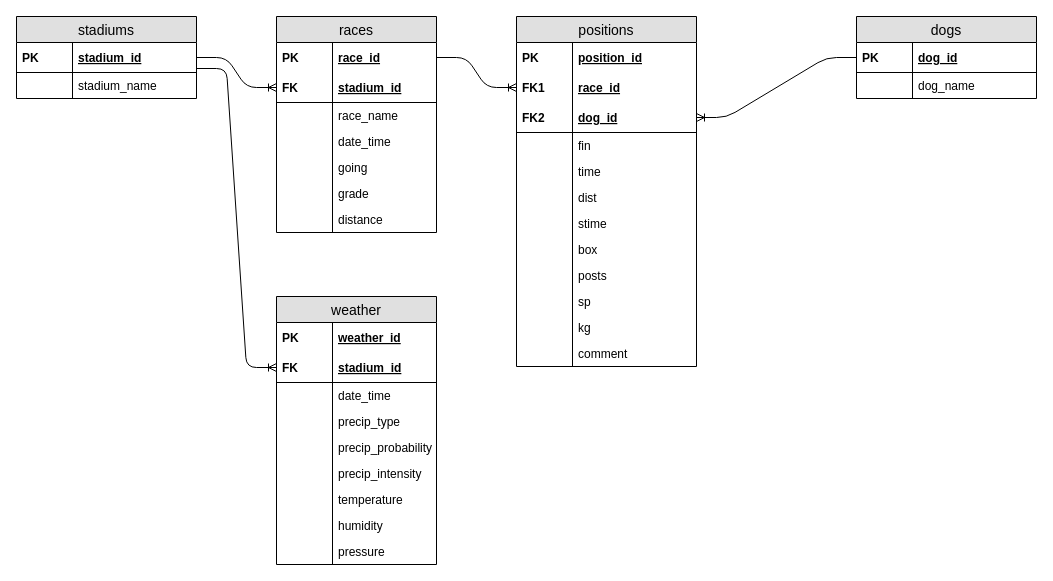
The draw.io diagram database/greyound.drawio in tonyjward/dogs, before the edit. Source tidied: cells renumbered, new cells numbered last; positions are measured from the earlier drawing's top-left corner, leaving out a move shared by most shapes. Both pictures are drawn from the tidied source at 100%, with x=0, y=0 at pixel (16, 16).
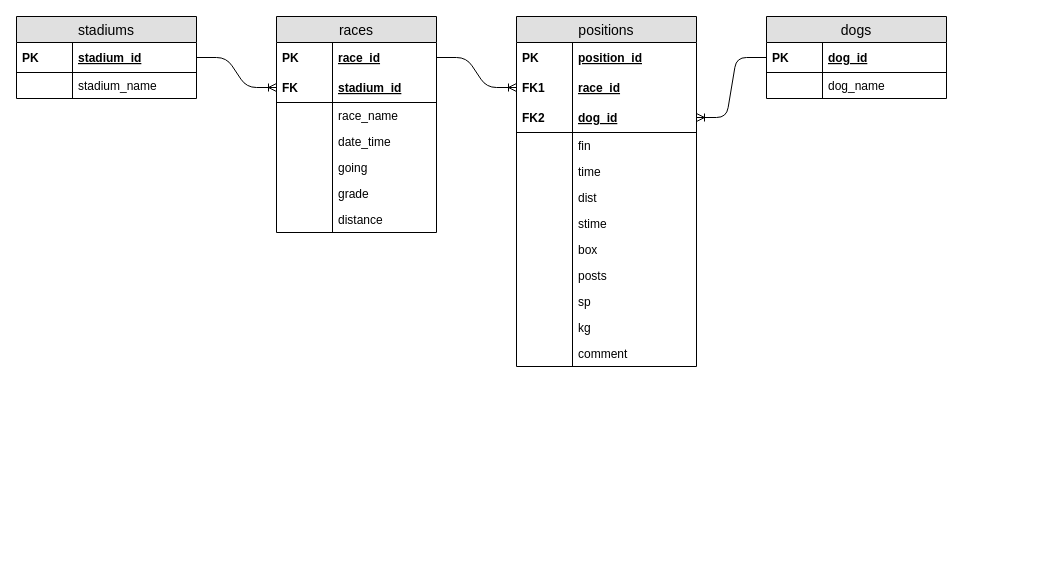
Above is the later version.

Change to the diagram source:
```diff
@@
-    <mxCell id="7" value="dogs" style="swimlane;fontStyle=0;horizontal=1;startSize=26;fillColor=#e0e0e0;swimlaneFillColor=#ffffff;align=center;fontSize=14;" parent="1" vertex="1">
-      <mxGeometry x="840" width="180" height="82" as="geometry" />
-    </mxCell>
-    <mxCell id="8" value="dog_id" style="shape=partialRectangle;top=0;left=0;right=0;bottom=1;align=left;verticalAlign=middle;fillColor=none;spacingLeft=60;spacingRight=4;overflow=hidden;points=[[0,0.5],[1,0.5]];portConstraint=eastwest;fontStyle=5;fontSize=12;" parent="7" vertex="1">
-      <mxGeometry y="26" width="180" height="30" as="geometry" />
-    </mxCell>
-    <mxCell id="9" value="PK" style="shape=partialRectangle;fontStyle=1;top=0;left=0;bottom=0;fillColor=none;align=left;verticalAlign=middle;spacingLeft=4;spacingRight=4;overflow=hidden;fontSize=12;" parent="8" vertex="1">
-      <mxGeometry width="56" height="30" as="geometry" />
-    </mxCell>
-    <mxCell id="10" value="dog_name" style="shape=partialRectangle;top=0;left=0;right=0;bottom=0;align=left;verticalAlign=top;fillColor=none;spacingLeft=60;spacingRight=4;overflow=hidden;fontSize=12;" parent="7" vertex="1">
-      <mxGeometry y="56" width="180" height="26" as="geometry" />
-    </mxCell>
-    <mxCell id="11" style="shape=partialRectangle;top=0;left=0;bottom=0;fillColor=none;align=left;verticalAlign=top;spacingLeft=4;spacingRight=4;overflow=hidden;fontSize=12;" parent="10" vertex="1">
-      <mxGeometry width="56" height="26" as="geometry" />
-    </mxCell>
@@
-    <mxCell id="57" style="edgeStyle=entityRelationEdgeStyle;fontSize=12;html=1;endArrow=ERoneToMany;exitX=1;exitY=0.5;exitDx=0;exitDy=0;entryX=0;entryY=0.5;entryDx=0;entryDy=0;" parent="1" edge="1" target="61">
-      <mxGeometry relative="1" as="geometry">
-        <mxPoint x="180" y="52" as="sourcePoint" />
-      </mxGeometry>
-    </mxCell>
-    <mxCell id="58" value="weather" style="swimlane;fontStyle=0;horizontal=1;startSize=26;fillColor=#e0e0e0;swimlaneFillColor=#ffffff;align=center;fontSize=14;" parent="1" vertex="1">
-      <mxGeometry x="260" y="280" width="160" height="268" as="geometry" />
-    </mxCell>
-    <mxCell id="59" value="weather_id" style="shape=partialRectangle;top=0;left=0;right=0;bottom=0;align=left;verticalAlign=middle;fillColor=none;spacingLeft=60;spacingRight=4;overflow=hidden;fontStyle=5;fontSize=12;" parent="58" vertex="1">
-      <mxGeometry y="26" width="160" height="30" as="geometry" />
-    </mxCell>
-    <mxCell id="60" value="PK" style="shape=partialRectangle;fontStyle=1;top=0;left=0;bottom=0;fillColor=none;align=left;verticalAlign=middle;spacingLeft=4;spacingRight=4;overflow=hidden;fontSize=12;" parent="59" vertex="1">
-      <mxGeometry width="56" height="30" as="geometry" />
-    </mxCell>
-    <mxCell id="61" value="stadium_id" style="shape=partialRectangle;top=0;left=0;right=0;bottom=1;align=left;verticalAlign=middle;fillColor=none;spacingLeft=60;spacingRight=4;overflow=hidden;points=[[0,0.5],[1,0.5]];portConstraint=eastwest;fontStyle=5;fontSize=12;" parent="58" vertex="1">
-      <mxGeometry y="56" width="160" height="30" as="geometry" />
-    </mxCell>
-    <mxCell id="62" value="FK" style="shape=partialRectangle;fontStyle=1;top=0;left=0;bottom=0;fillColor=none;align=left;verticalAlign=middle;spacingLeft=4;spacingRight=4;overflow=hidden;fontSize=12;" parent="61" vertex="1">
-      <mxGeometry width="56" height="30" as="geometry" />
-    </mxCell>
-    <mxCell id="63" value="date_time&#10;" style="shape=partialRectangle;top=0;left=0;right=0;bottom=0;align=left;verticalAlign=top;fillColor=none;spacingLeft=60;spacingRight=4;overflow=hidden;fontSize=12;" parent="58" vertex="1">
-      <mxGeometry y="86" width="160" height="26" as="geometry" />
-    </mxCell>
-    <mxCell id="64" style="shape=partialRectangle;top=0;left=0;bottom=0;fillColor=none;align=left;verticalAlign=top;spacingLeft=4;spacingRight=4;overflow=hidden;fontSize=12;" parent="63" vertex="1">
-      <mxGeometry width="56" height="26" as="geometry" />
-    </mxCell>
-    <mxCell id="65" value="precip_type" style="shape=partialRectangle;top=0;left=0;right=0;bottom=0;align=left;verticalAlign=top;fillColor=none;spacingLeft=60;spacingRight=4;overflow=hidden;fontSize=12;" parent="58" vertex="1">
-      <mxGeometry y="112" width="160" height="26" as="geometry" />
-    </mxCell>
-    <mxCell id="66" style="shape=partialRectangle;top=0;left=0;bottom=0;fillColor=none;align=left;verticalAlign=top;spacingLeft=4;spacingRight=4;overflow=hidden;fontSize=12;" parent="65" vertex="1">
-      <mxGeometry width="56" height="26" as="geometry" />
-    </mxCell>
-    <mxCell id="67" value="precip_probability" style="shape=partialRectangle;top=0;left=0;right=0;bottom=0;align=left;verticalAlign=top;fillColor=none;spacingLeft=60;spacingRight=4;overflow=hidden;fontSize=12;" parent="58" vertex="1">
-      <mxGeometry y="138" width="160" height="26" as="geometry" />
-    </mxCell>
-    <mxCell id="68" style="shape=partialRectangle;top=0;left=0;bottom=0;fillColor=none;align=left;verticalAlign=top;spacingLeft=4;spacingRight=4;overflow=hidden;fontSize=12;" parent="67" vertex="1">
-      <mxGeometry width="56" height="26" as="geometry" />
-    </mxCell>
-    <mxCell id="69" value="precip_intensity" style="shape=partialRectangle;top=0;left=0;right=0;bottom=0;align=left;verticalAlign=top;fillColor=none;spacingLeft=60;spacingRight=4;overflow=hidden;fontSize=12;" parent="58" vertex="1">
-      <mxGeometry y="164" width="160" height="26" as="geometry" />
-    </mxCell>
-    <mxCell id="70" style="shape=partialRectangle;top=0;left=0;bottom=0;fillColor=none;align=left;verticalAlign=top;spacingLeft=4;spacingRight=4;overflow=hidden;fontSize=12;" parent="69" vertex="1">
-      <mxGeometry width="56" height="26" as="geometry" />
-    </mxCell>
-    <mxCell id="71" value="temperature" style="shape=partialRectangle;top=0;left=0;right=0;bottom=0;align=left;verticalAlign=top;fillColor=none;spacingLeft=60;spacingRight=4;overflow=hidden;fontSize=12;" parent="58" vertex="1">
-      <mxGeometry y="190" width="160" height="26" as="geometry" />
-    </mxCell>
-    <mxCell id="72" style="shape=partialRectangle;top=0;left=0;bottom=0;fillColor=none;align=left;verticalAlign=top;spacingLeft=4;spacingRight=4;overflow=hidden;fontSize=12;" parent="71" vertex="1">
-      <mxGeometry width="56" height="26" as="geometry" />
-    </mxCell>
-    <mxCell id="73" value="humidity" style="shape=partialRectangle;top=0;left=0;right=0;bottom=0;align=left;verticalAlign=top;fillColor=none;spacingLeft=60;spacingRight=4;overflow=hidden;fontSize=12;" parent="58" vertex="1">
-      <mxGeometry y="216" width="160" height="26" as="geometry" />
-    </mxCell>
-    <mxCell id="74" style="shape=partialRectangle;top=0;left=0;bottom=0;fillColor=none;align=left;verticalAlign=top;spacingLeft=4;spacingRight=4;overflow=hidden;fontSize=12;" parent="73" vertex="1">
-      <mxGeometry width="56" height="26" as="geometry" />
-    </mxCell>
-    <mxCell id="75" value="pressure&#10;" style="shape=partialRectangle;top=0;left=0;right=0;bottom=0;align=left;verticalAlign=top;fillColor=none;spacingLeft=60;spacingRight=4;overflow=hidden;fontSize=12;" parent="58" vertex="1">
-      <mxGeometry y="242" width="160" height="26" as="geometry" />
-    </mxCell>
-    <mxCell id="76" style="shape=partialRectangle;top=0;left=0;bottom=0;fillColor=none;align=left;verticalAlign=top;spacingLeft=4;spacingRight=4;overflow=hidden;fontSize=12;" parent="75" vertex="1">
-      <mxGeometry width="56" height="26" as="geometry" />
-    </mxCell>
+    <mxCell id="7" value="dogs" style="swimlane;fontStyle=0;horizontal=1;startSize=26;fillColor=#e0e0e0;swimlaneFillColor=#ffffff;align=center;fontSize=14;" parent="1" vertex="1">
+      <mxGeometry x="750" width="180" height="82" as="geometry" />
+    </mxCell>
+    <mxCell id="8" value="dog_id" style="shape=partialRectangle;top=0;left=0;right=0;bottom=1;align=left;verticalAlign=middle;fillColor=none;spacingLeft=60;spacingRight=4;overflow=hidden;points=[[0,0.5],[1,0.5]];portConstraint=eastwest;fontStyle=5;fontSize=12;" parent="7" vertex="1">
+      <mxGeometry y="26" width="180" height="30" as="geometry" />
+    </mxCell>
+    <mxCell id="9" value="PK" style="shape=partialRectangle;fontStyle=1;top=0;left=0;bottom=0;fillColor=none;align=left;verticalAlign=middle;spacingLeft=4;spacingRight=4;overflow=hidden;fontSize=12;" parent="8" vertex="1">
+      <mxGeometry width="56" height="30" as="geometry" />
+    </mxCell>
+    <mxCell id="10" value="dog_name" style="shape=partialRectangle;top=0;left=0;right=0;bottom=0;align=left;verticalAlign=top;fillColor=none;spacingLeft=60;spacingRight=4;overflow=hidden;fontSize=12;" parent="7" vertex="1">
+      <mxGeometry y="56" width="180" height="26" as="geometry" />
+    </mxCell>
+    <mxCell id="11" style="shape=partialRectangle;top=0;left=0;bottom=0;fillColor=none;align=left;verticalAlign=top;spacingLeft=4;spacingRight=4;overflow=hidden;fontSize=12;" parent="10" vertex="1">
+      <mxGeometry width="56" height="26" as="geometry" />
+    </mxCell>
```
